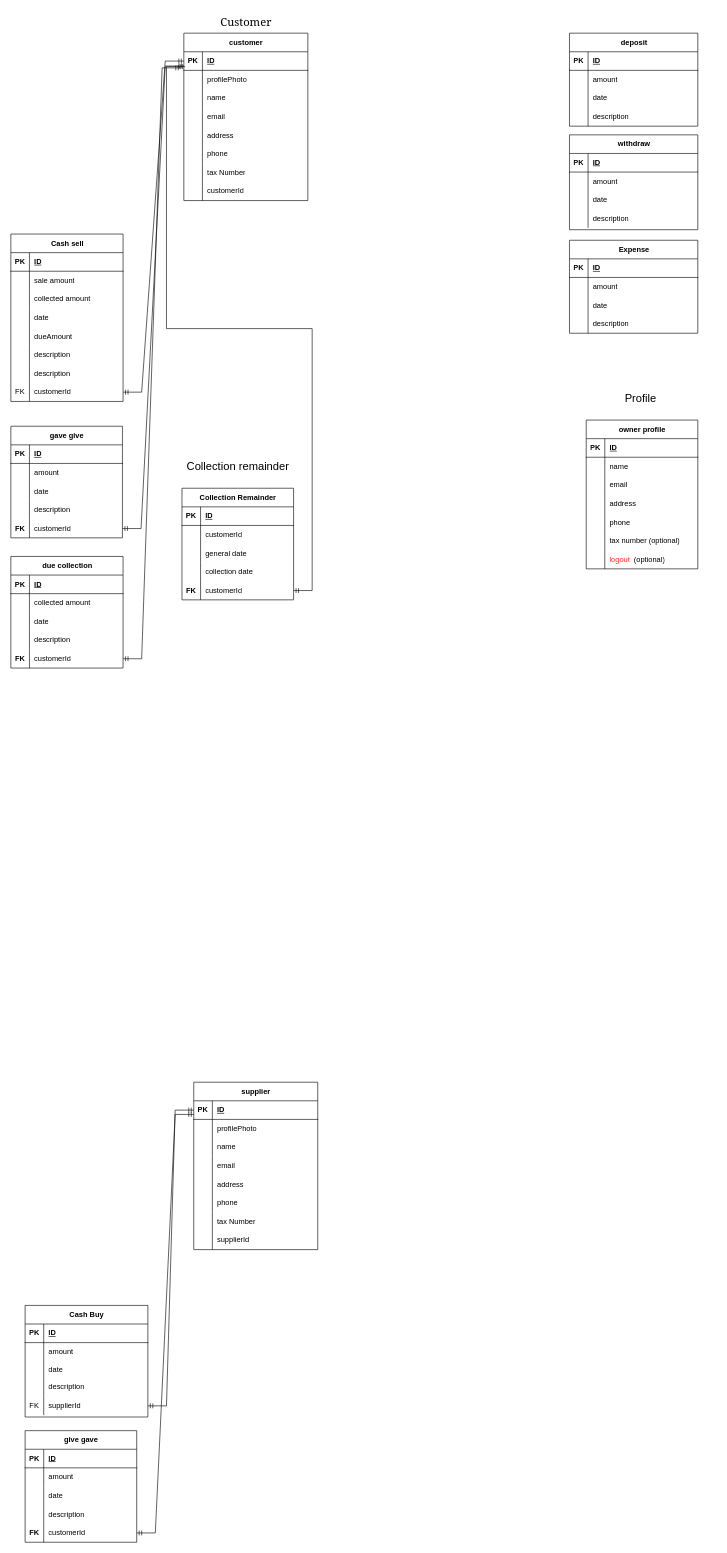
Before: databases/diagram.drawio in devsrakib/esBook, a draw.io diagram. Source tidied: cells renumbered, new cells numbered last; positions are measured from the earlier drawing's top-left corner, leaving out a move shared by most shapes. Both pictures are drawn from the tidied source at 62%, with x=0, y=0 at pixel (11, 11).
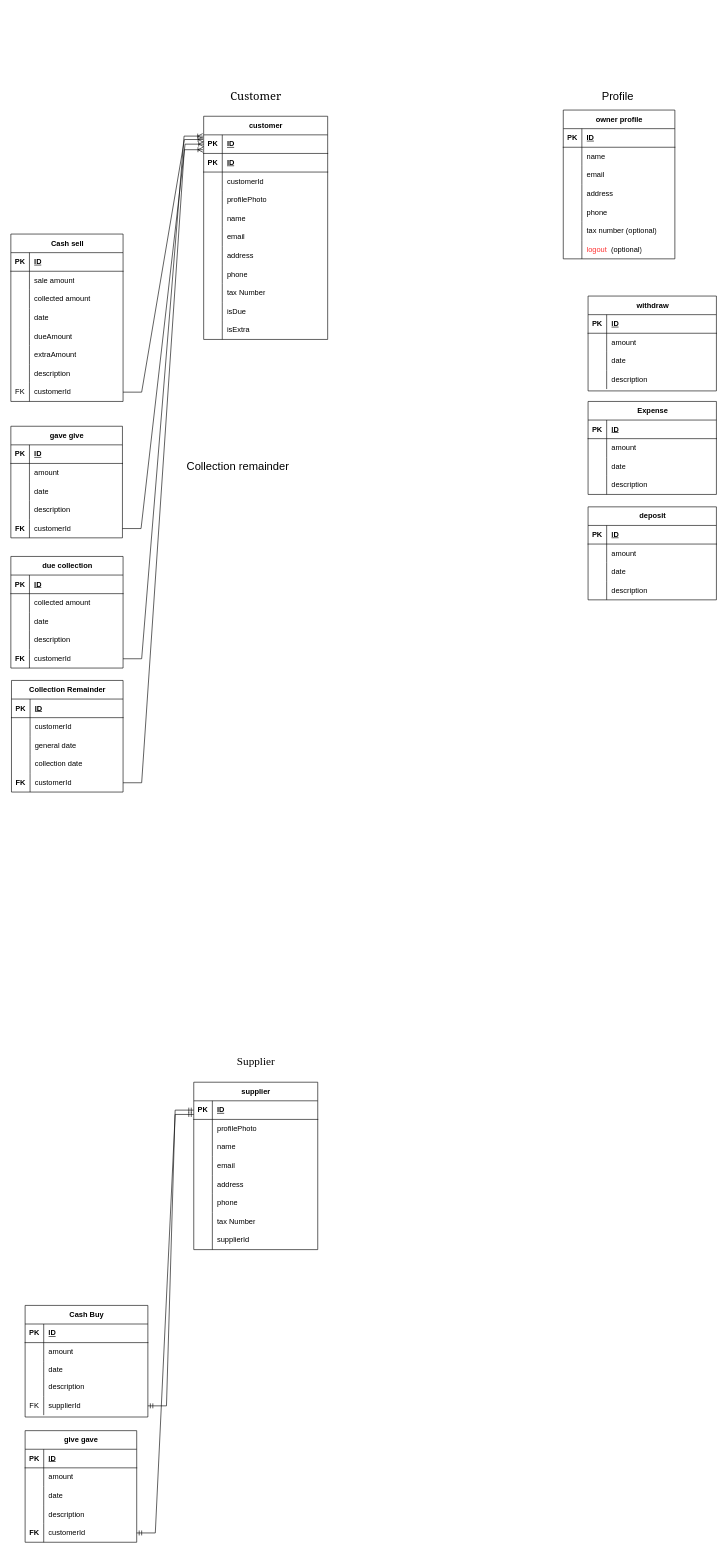
Above is the later version.

The change refers to these unchanged cells:
```xml
<mxCell id="3" style="shape=tableRow;horizontal=0;startSize=0;swimlaneHead=0;swimlaneBody=0;fillColor=none;points=[[0,0.5],[1,0.5]];portConstraint=eastwest;top=0;left=0;right=0;bottom=1;" parent="2" vertex="1">
  <mxGeometry y="30" width="200" height="30" as="geometry" />
</mxCell>
<mxCell id="43" style="shape=tableRow;horizontal=0;startSize=0;swimlaneHead=0;swimlaneBody=0;fillColor=none;top=0;left=0;right=0;bottom=0;" parent="27" vertex="1">
  <mxGeometry y="180" width="181" height="30" as="geometry" />
</mxCell>
<mxCell id="49" style="shape=tableRow;horizontal=0;startSize=0;swimlaneHead=0;swimlaneBody=0;fillColor=none;points=[[0,0.5],[1,0.5]];portConstraint=eastwest;top=0;left=0;right=0;bottom=0;" parent="27" vertex="1">
  <mxGeometry y="240" width="181" height="30" as="geometry" />
</mxCell>
<mxCell id="148" style="shape=tableRow;horizontal=0;startSize=0;swimlaneHead=0;swimlaneBody=0;fillColor=none;points=[[0,0.5],[1,0.5]];portConstraint=eastwest;top=0;left=0;right=0;bottom=0;" parent="135" vertex="1">
  <mxGeometry y="150" width="180" height="30" as="geometry" />
</mxCell>
<mxCell id="182" style="shape=tableRow;horizontal=0;startSize=0;swimlaneHead=0;swimlaneBody=0;fillColor=none;points=[[0,0.5],[1,0.5]];portConstraint=eastwest;top=0;left=0;right=0;bottom=0;" parent="169" vertex="1">
  <mxGeometry y="150" width="181" height="30" as="geometry" />
</mxCell>
<mxCell id="200" style="shape=tableRow;horizontal=0;startSize=0;swimlaneHead=0;swimlaneBody=0;fillColor=none;points=[[0,0.5],[1,0.5]];portConstraint=eastwest;top=0;left=0;right=0;bottom=0;" parent="187" vertex="1">
  <mxGeometry y="150" width="180" height="30" as="geometry" />
</mxCell>
```

Diff of the diagram source:
```diff
@@
     <mxCell id="2" value="customer" style="shape=table;startSize=30;childLayout=tableLayout;rowLines=0;fontStyle=1;align=center;html=1;flipH=0;flipV=0;" parent="1" vertex="1">
-      <mxGeometry x="279" y="36" width="200" height="270" as="geometry" />
+      <mxGeometry x="311" y="170" width="200" height="360" as="geometry" />
     </mxCell>
@@
+    <mxCell id="227" style="shape=tableRow;horizontal=0;startSize=0;swimlaneHead=0;swimlaneBody=0;fillColor=none;top=0;left=0;right=0;bottom=1;" parent="2" vertex="1">
+      <mxGeometry y="60" width="200" height="30" as="geometry" />
+    </mxCell>
+    <mxCell id="228" value="PK" style="shape=partialRectangle;fillColor=none;top=0;left=0;bottom=0;right=0;fontStyle=1;overflow=hidden;whiteSpace=wrap;html=1;" parent="227" vertex="1">
+      <mxGeometry width="30" height="30" as="geometry" />
+    </mxCell>
+    <mxCell id="229" value="ID" style="shape=partialRectangle;fillColor=none;top=0;left=0;bottom=0;right=0;align=left;spacingLeft=6;fontStyle=5;overflow=hidden;whiteSpace=wrap;html=1;" parent="227" vertex="1">
+      <mxGeometry x="30" width="170" height="30" as="geometry" />
+    </mxCell>
     <mxCell id="6" style="shape=tableRow;horizontal=0;startSize=0;swimlaneHead=0;swimlaneBody=0;fillColor=none;top=0;left=0;right=0;bottom=0;" parent="2" vertex="1">
-      <mxGeometry y="60" width="200" height="30" as="geometry" />
+      <mxGeometry y="90" width="200" height="30" as="geometry" />
     </mxCell>
@@
-    <mxCell id="8" value="profilePhoto" style="shape=partialRectangle;fillColor=none;top=0;left=0;bottom=0;right=0;align=left;spacingLeft=6;overflow=hidden;whiteSpace=wrap;html=1;" parent="6" vertex="1">
+    <mxCell id="8" value="customerId" style="shape=partialRectangle;fillColor=none;top=0;left=0;bottom=0;right=0;align=left;spacingLeft=6;overflow=hidden;whiteSpace=wrap;html=1;" parent="6" vertex="1">
       <mxGeometry x="30" width="170" height="30" as="geometry" />
     </mxCell>
+    <mxCell id="230" style="shape=tableRow;horizontal=0;startSize=0;swimlaneHead=0;swimlaneBody=0;fillColor=none;top=0;left=0;right=0;bottom=0;" parent="2" vertex="1">
+      <mxGeometry y="120" width="200" height="30" as="geometry" />
+    </mxCell>
+    <mxCell id="231" style="shape=partialRectangle;fillColor=none;top=0;left=0;bottom=0;right=0;overflow=hidden;whiteSpace=wrap;html=1;" parent="230" vertex="1">
+      <mxGeometry width="30" height="30" as="geometry" />
+    </mxCell>
+    <mxCell id="232" value="profilePhoto" style="shape=partialRectangle;fillColor=none;top=0;left=0;bottom=0;right=0;align=left;spacingLeft=6;overflow=hidden;whiteSpace=wrap;html=1;" parent="230" vertex="1">
+      <mxGeometry x="30" width="170" height="30" as="geometry" />
+    </mxCell>
     <mxCell id="9" style="shape=tableRow;horizontal=0;startSize=0;swimlaneHead=0;swimlaneBody=0;fillColor=none;top=0;left=0;right=0;bottom=0;" parent="2" vertex="1">
-      <mxGeometry y="90" width="200" height="30" as="geometry" />
+      <mxGeometry y="150" width="200" height="30" as="geometry" />
     </mxCell>
@@
     <mxCell id="12" style="shape=tableRow;horizontal=0;startSize=0;swimlaneHead=0;swimlaneBody=0;fillColor=none;top=0;left=0;right=0;bottom=0;" parent="2" vertex="1">
-      <mxGeometry y="120" width="200" height="30" as="geometry" />
+      <mxGeometry y="180" width="200" height="30" as="geometry" />
     </mxCell>
@@
     <mxCell id="15" style="shape=tableRow;horizontal=0;startSize=0;swimlaneHead=0;swimlaneBody=0;fillColor=none;top=0;left=0;right=0;bottom=0;" parent="2" vertex="1">
-      <mxGeometry y="150" width="200" height="30" as="geometry" />
+      <mxGeometry y="210" width="200" height="30" as="geometry" />
     </mxCell>
@@
     <mxCell id="18" style="shape=tableRow;horizontal=0;startSize=0;swimlaneHead=0;swimlaneBody=0;fillColor=none;top=0;left=0;right=0;bottom=0;" parent="2" vertex="1">
-      <mxGeometry y="180" width="200" height="30" as="geometry" />
+      <mxGeometry y="240" width="200" height="30" as="geometry" />
     </mxCell>
@@
     <mxCell id="21" style="shape=tableRow;horizontal=0;startSize=0;swimlaneHead=0;swimlaneBody=0;fillColor=none;top=0;left=0;right=0;bottom=0;" parent="2" vertex="1">
-      <mxGeometry y="210" width="200" height="30" as="geometry" />
+      <mxGeometry y="270" width="200" height="30" as="geometry" />
     </mxCell>
@@
-    <mxCell id="24" style="shape=tableRow;horizontal=0;startSize=0;swimlaneHead=0;swimlaneBody=0;fillColor=none;top=0;left=0;right=0;bottom=0;" parent="2" vertex="1">
-      <mxGeometry y="240" width="200" height="30" as="geometry" />
-    </mxCell>
-    <mxCell id="25" style="shape=partialRectangle;fillColor=none;top=0;left=0;bottom=0;right=0;overflow=hidden;whiteSpace=wrap;html=1;" parent="24" vertex="1">
-      <mxGeometry width="30" height="30" as="geometry" />
-    </mxCell>
-    <mxCell id="26" value="customerId" style="shape=partialRectangle;fillColor=none;top=0;left=0;bottom=0;right=0;align=left;spacingLeft=6;overflow=hidden;whiteSpace=wrap;html=1;" parent="24" vertex="1">
-      <mxGeometry x="30" width="170" height="30" as="geometry" />
-    </mxCell>
+    <mxCell id="233" style="shape=tableRow;horizontal=0;startSize=0;swimlaneHead=0;swimlaneBody=0;fillColor=none;top=0;left=0;right=0;bottom=0;" parent="2" vertex="1">
+      <mxGeometry y="300" width="200" height="30" as="geometry" />
+    </mxCell>
+    <mxCell id="234" style="shape=partialRectangle;fillColor=none;top=0;left=0;bottom=0;right=0;overflow=hidden;whiteSpace=wrap;html=1;" parent="233" vertex="1">
+      <mxGeometry width="30" height="30" as="geometry" />
+    </mxCell>
+    <mxCell id="235" value="isDue" style="shape=partialRectangle;fillColor=none;top=0;left=0;bottom=0;right=0;align=left;spacingLeft=6;overflow=hidden;whiteSpace=wrap;html=1;" parent="233" vertex="1">
+      <mxGeometry x="30" width="170" height="30" as="geometry" />
+    </mxCell>
+    <mxCell id="236" style="shape=tableRow;horizontal=0;startSize=0;swimlaneHead=0;swimlaneBody=0;fillColor=none;top=0;left=0;right=0;bottom=0;" parent="2" vertex="1">
+      <mxGeometry y="330" width="200" height="30" as="geometry" />
+    </mxCell>
+    <mxCell id="237" style="shape=partialRectangle;fillColor=none;top=0;left=0;bottom=0;right=0;overflow=hidden;whiteSpace=wrap;html=1;" parent="236" vertex="1">
+      <mxGeometry width="30" height="30" as="geometry" />
+    </mxCell>
+    <mxCell id="238" value="isExtra" style="shape=partialRectangle;fillColor=none;top=0;left=0;bottom=0;right=0;align=left;spacingLeft=6;overflow=hidden;whiteSpace=wrap;html=1;" parent="236" vertex="1">
+      <mxGeometry x="30" width="170" height="30" as="geometry" />
+    </mxCell>
@@
-    <mxCell id="45" value="description" style="shape=partialRectangle;fillColor=none;top=0;left=0;bottom=0;right=0;align=left;spacingLeft=6;overflow=hidden;whiteSpace=wrap;html=1;" parent="43" vertex="1">
+    <mxCell id="45" value="extraAmount" style="shape=partialRectangle;fillColor=none;top=0;left=0;bottom=0;right=0;align=left;spacingLeft=6;overflow=hidden;whiteSpace=wrap;html=1;" parent="43" vertex="1">
       <mxGeometry x="30" width="151" height="30" as="geometry" />
     </mxCell>
@@
     <mxCell id="93" value="Expense" style="shape=table;startSize=30;childLayout=tableLayout;rowLines=0;fontStyle=1;align=center;html=1;" parent="1" vertex="1">
-      <mxGeometry x="901" y="370" width="207" height="150" as="geometry" />
+      <mxGeometry x="931" y="630" width="207" height="150" as="geometry" />
     </mxCell>
@@
     <mxCell id="106" value="withdraw" style="shape=table;startSize=30;childLayout=tableLayout;rowLines=0;fontStyle=1;align=center;html=1;" parent="1" vertex="1">
-      <mxGeometry x="901" y="200" width="207" height="153" as="geometry" />
+      <mxGeometry x="931" y="460" width="207" height="153" as="geometry" />
     </mxCell>
@@
-    <mxCell id="119" style="edgeStyle=entityRelationEdgeStyle;fontSize=12;html=1;endArrow=ERmandOne;startArrow=ERmandOne;rounded=0;exitX=1;exitY=0.5;exitDx=0;exitDy=0;entryX=0;entryY=0.5;entryDx=0;entryDy=0;" parent="1" edge="1" source="49" target="3">
-      <mxGeometry relative="1" as="geometry">
-        <Array as="points">
-          <mxPoint x="216" y="333" />
-          <mxPoint x="216" y="333" />
-          <mxPoint x="216" y="333" />
-        </Array>
-      </mxGeometry>
-    </mxCell>
@@
     <mxCell id="121" value="&lt;font face=&quot;Georgia&quot; style=&quot;font-size: 18px;&quot;&gt;Customer&lt;/font&gt;" style="text;html=1;align=center;verticalAlign=middle;strokeColor=none;fillColor=none;" parent="1" vertex="1">
-      <mxGeometry x="329" width="100" height="36" as="geometry" />
+      <mxGeometry x="345" y="120" width="100" height="36" as="geometry" />
     </mxCell>
     <mxCell id="122" value="deposit" style="shape=table;startSize=30;childLayout=tableLayout;rowLines=0;fontStyle=1;align=center;html=1;" parent="1" vertex="1">
-      <mxGeometry x="901" y="36" width="207" height="150" as="geometry" />
+      <mxGeometry x="931" y="800" width="207" height="150" as="geometry" />
     </mxCell>
@@
-    <mxCell id="151" style="edgeStyle=entityRelationEdgeStyle;fontSize=12;html=1;endArrow=ERmandOne;startArrow=ERmandOne;rounded=0;exitX=1;exitY=0.5;exitDx=0;exitDy=0;entryX=-0.01;entryY=0.767;entryDx=0;entryDy=0;entryPerimeter=0;" parent="1" edge="1" source="148">
-      <mxGeometry relative="1" as="geometry">
-        <mxPoint x="279" y="89" as="targetPoint" />
-        <Array as="points">
-          <mxPoint x="169" y="130" />
-        </Array>
-      </mxGeometry>
-    </mxCell>
@@
-    <mxCell id="185" style="edgeStyle=entityRelationEdgeStyle;fontSize=12;html=1;endArrow=ERmandOne;startArrow=ERmandOne;rounded=0;exitX=1;exitY=0.5;exitDx=0;exitDy=0;" parent="1" edge="1" source="182">
-      <mxGeometry relative="1" as="geometry">
-        <mxPoint x="274" y="92" as="targetPoint" />
-        <Array as="points">
-          <mxPoint x="178" y="155" />
-          <mxPoint x="380" y="335" />
-          <mxPoint x="378" y="355" />
-        </Array>
-      </mxGeometry>
-    </mxCell>
@@
     <mxCell id="187" value="Collection Remainder" style="shape=table;startSize=30;childLayout=tableLayout;rowLines=0;fontStyle=1;align=center;html=1;" parent="1" vertex="1">
-      <mxGeometry x="276" y="770" width="180" height="180" as="geometry" />
+      <mxGeometry x="1" y="1080" width="180" height="180" as="geometry" />
     </mxCell>
@@
-    <mxCell id="203" style="edgeStyle=entityRelationEdgeStyle;fontSize=12;html=1;endArrow=ERmandOne;startArrow=ERmandOne;rounded=0;exitX=1;exitY=0.5;exitDx=0;exitDy=0;" parent="1" edge="1" source="200">
-      <mxGeometry relative="1" as="geometry">
-        <mxPoint x="281" y="90" as="targetPoint" />
-      </mxGeometry>
-    </mxCell>
     <mxCell id="204" value="&lt;font size=&quot;4&quot;&gt;Profile&amp;nbsp;&lt;/font&gt;" style="text;html=1;align=center;verticalAlign=middle;strokeColor=none;fillColor=none;" parent="1" vertex="1">
-      <mxGeometry x="978" y="610" width="80" height="30" as="geometry" />
+      <mxGeometry x="941" y="123" width="80" height="30" as="geometry" />
     </mxCell>
     <mxCell id="205" value="owner profile" style="shape=table;startSize=30;childLayout=tableLayout;rowLines=0;fontStyle=1;align=center;html=1;" parent="1" vertex="1">
-      <mxGeometry x="928" y="660" width="180" height="240" as="geometry" />
+      <mxGeometry x="891" y="160" width="180" height="240" as="geometry" />
     </mxCell>
@@
+    <mxCell id="239" style="edgeStyle=entityRelationEdgeStyle;fontSize=12;html=1;endArrow=ERoneToMany;rounded=0;entryX=-0.008;entryY=0.067;entryDx=0;entryDy=0;exitX=1;exitY=0.5;exitDx=0;exitDy=0;entryPerimeter=0;" parent="1" edge="1" source="182" target="3">
+      <mxGeometry relative="1" as="geometry" />
+    </mxCell>
+    <mxCell id="119" style="edgeStyle=entityRelationEdgeStyle;fontSize=12;html=1;endArrow=ERoneToMany;rounded=0;exitX=1;exitY=0.5;exitDx=0;exitDy=0;entryX=-0.005;entryY=0.251;entryDx=0;entryDy=0;entryPerimeter=0;" parent="1" edge="1" source="49" target="3">
+      <mxGeometry relative="1" as="geometry" />
+    </mxCell>
+    <mxCell id="240" style="edgeStyle=entityRelationEdgeStyle;fontSize=12;html=1;endArrow=ERoneToMany;rounded=0;entryX=0;entryY=0.5;entryDx=0;entryDy=0;exitX=1;exitY=0.5;exitDx=0;exitDy=0;" parent="1" edge="1" source="148" target="3">
+      <mxGeometry relative="1" as="geometry" />
+    </mxCell>
+    <mxCell id="241" style="edgeStyle=entityRelationEdgeStyle;fontSize=12;html=1;endArrow=ERoneToMany;rounded=0;exitX=1;exitY=0.5;exitDx=0;exitDy=0;entryX=-0.006;entryY=0.799;entryDx=0;entryDy=0;entryPerimeter=0;" parent="1" edge="1" source="200" target="3">
+      <mxGeometry relative="1" as="geometry" />
+    </mxCell>
+    <mxCell id="242" value="&lt;font style=&quot;font-size: 18px;&quot; face=&quot;Garamond&quot;&gt;Supplier&lt;/font&gt;" style="text;html=1;align=center;verticalAlign=middle;strokeColor=none;fillColor=none;" parent="1" vertex="1">
+      <mxGeometry x="355" y="1680" width="80" height="30" as="geometry" />
+    </mxCell>
```
